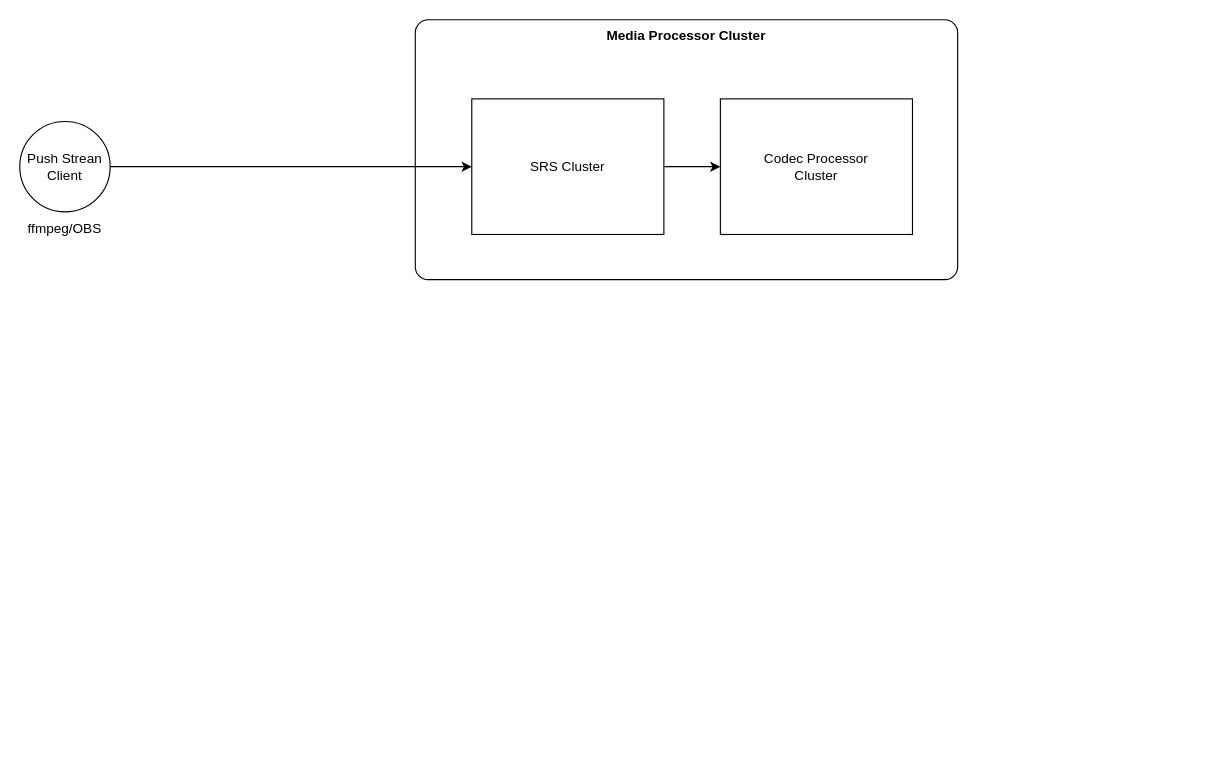
Earlier version of the draw.io diagram zhibo.drawio (gengjie/aws_architecture). Source tidied: cells renumbered, new cells numbered last; positions are measured from the earlier drawing's top-left corner, leaving out a move shared by most shapes. Both pictures are drawn from the tidied source at 113%, with x=0, y=0 at pixel (19, 19).
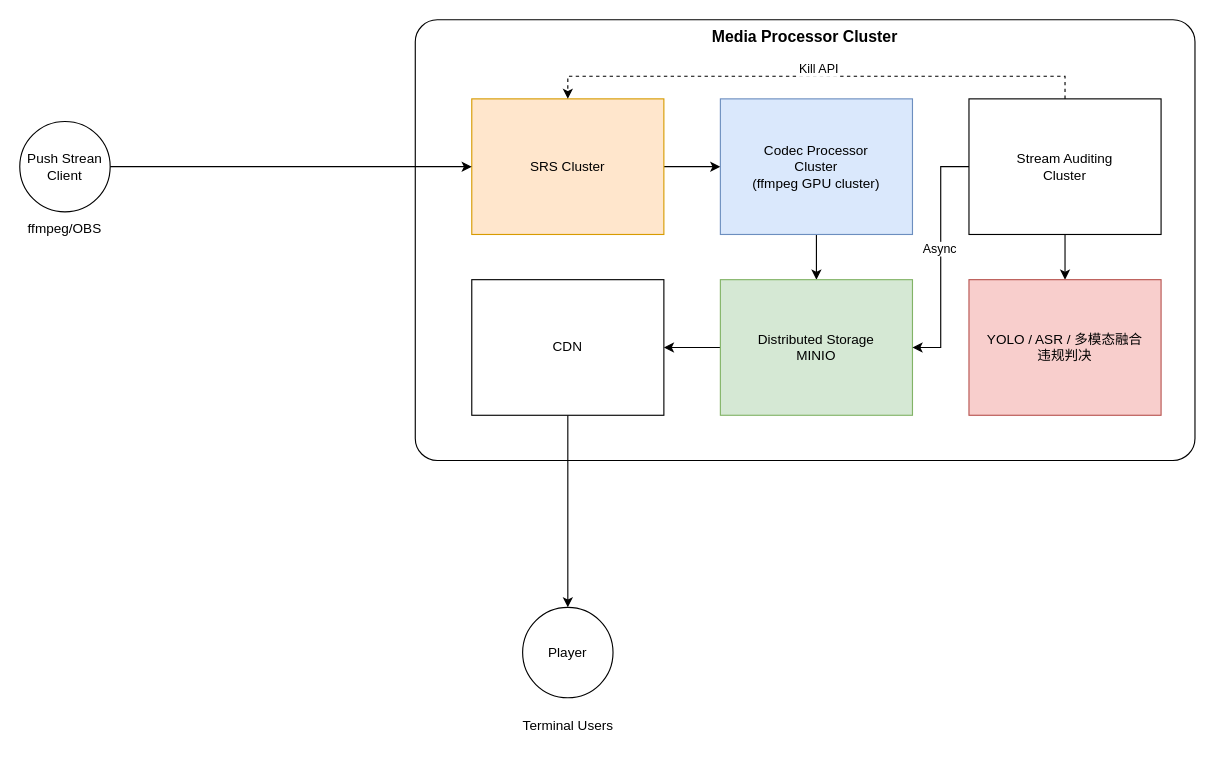
The same page after the edit.

Change to the diagram source:
```diff
@@
-    <mxCell id="2" value="Media Processor Cluster" style="rounded=1;whiteSpace=wrap;html=1;verticalAlign=top;arcSize=5;fontStyle=1;" parent="1" vertex="1">
-      <mxGeometry x="350" width="480" height="230" as="geometry" />
+    <mxCell id="2" value="Media Processor Cluster" style="rounded=1;whiteSpace=wrap;html=1;verticalAlign=top;arcSize=5;fontStyle=1;fontSize=14;" parent="1" vertex="1">
+      <mxGeometry x="350" width="690" height="390" as="geometry" />
     </mxCell>
@@
-    <mxCell id="4" value="SRS Cluster" style="rounded=0;whiteSpace=wrap;html=1;" parent="1" vertex="1">
+    <mxCell id="4" value="SRS Cluster" style="rounded=0;whiteSpace=wrap;html=1;fillColor=#ffe6cc;strokeColor=#d79b00;" parent="1" vertex="1">
       <mxGeometry x="400" y="70" width="170" height="120" as="geometry" />
     </mxCell>
+    <mxCell id="9" style="edgeStyle=orthogonalEdgeStyle;rounded=0;jettySize=auto;html=1;entryX=0.5;entryY=0;entryDx=0;entryDy=0;" parent="1" edge="1" source="5" target="11">
+      <mxGeometry relative="1" as="geometry" />
+    </mxCell>
-    <mxCell id="5" value="Codec Processor&lt;br&gt;Cluster" style="rounded=0;whiteSpace=wrap;html=1;" parent="1" vertex="1">
+    <mxCell id="5" value="Codec Processor&lt;br&gt;Cluster&lt;br&gt;(ffmpeg GPU cluster)" style="rounded=0;whiteSpace=wrap;html=1;fillColor=#dae8fc;strokeColor=#6c8ebf;" parent="1" vertex="1">
       <mxGeometry x="620" y="70" width="170" height="120" as="geometry" />
     </mxCell>
@@
+    <mxCell id="10" style="edgeStyle=orthogonalEdgeStyle;rounded=0;jettySize=auto;html=1;" parent="1" edge="1" source="11" target="13">
+      <mxGeometry relative="1" as="geometry" />
+    </mxCell>
+    <mxCell id="11" value="Distributed Storage&lt;br&gt;MINIO" style="rounded=0;whiteSpace=wrap;html=1;fillColor=#d5e8d4;strokeColor=#82b366;" parent="1" vertex="1">
+      <mxGeometry x="620" y="230" width="170" height="120" as="geometry" />
+    </mxCell>
+    <mxCell id="12" style="edgeStyle=orthogonalEdgeStyle;rounded=0;jettySize=auto;html=1;entryX=0.5;entryY=0;entryDx=0;entryDy=0;" parent="1" edge="1" source="13" target="20">
+      <mxGeometry relative="1" as="geometry" />
+    </mxCell>
+    <mxCell id="13" value="CDN" style="rounded=0;whiteSpace=wrap;html=1;" parent="1" vertex="1">
+      <mxGeometry x="400" y="230" width="170" height="120" as="geometry" />
+    </mxCell>
+    <mxCell id="14" style="edgeStyle=orthogonalEdgeStyle;rounded=0;jettySize=auto;html=1;entryX=1;entryY=0.5;entryDx=0;entryDy=0;" parent="1" edge="1" source="19" target="11">
+      <mxGeometry relative="1" as="geometry" />
+    </mxCell>
+    <mxCell id="15" value="Async" style="edgeLabel;html=1;align=center;verticalAlign=middle;" parent="14" vertex="1">
+      <mxGeometry x="-0.08" y="-2" relative="1" as="geometry" />
+    </mxCell>
+    <mxCell id="16" style="edgeStyle=orthogonalEdgeStyle;rounded=0;jettySize=auto;html=1;entryX=0.5;entryY=0;entryDx=0;entryDy=0;dashed=1;" parent="1" edge="1" source="19" target="4">
+      <mxGeometry relative="1" as="geometry">
+        <Array as="points">
+          <mxPoint x="925" y="50" />
+          <mxPoint x="485" y="50" />
+        </Array>
+      </mxGeometry>
+    </mxCell>
+    <mxCell id="17" value="Kill API" style="edgeLabel;html=1;align=center;verticalAlign=middle;" parent="16" vertex="1">
+      <mxGeometry x="-0.01" y="-7" relative="1" as="geometry">
+        <mxPoint x="-1" as="offset" />
+      </mxGeometry>
+    </mxCell>
+    <mxCell id="18" style="edgeStyle=orthogonalEdgeStyle;rounded=0;jettySize=auto;html=1;entryX=0.5;entryY=0;entryDx=0;entryDy=0;" parent="1" edge="1" source="19" target="22">
+      <mxGeometry relative="1" as="geometry" />
+    </mxCell>
+    <mxCell id="19" value="Stream Auditing&lt;br&gt;Cluster" style="rounded=0;whiteSpace=wrap;html=1;" parent="1" vertex="1">
+      <mxGeometry x="840" y="70" width="170" height="120" as="geometry" />
+    </mxCell>
+    <mxCell id="20" value="Player" style="ellipse;whiteSpace=wrap;html=1;" parent="1" vertex="1">
+      <mxGeometry x="445" y="520" width="80" height="80" as="geometry" />
+    </mxCell>
+    <mxCell id="21" value="Terminal Users" style="text;html=1;align=center;verticalAlign=middle;whiteSpace=wrap;rounded=0;" parent="1" vertex="1">
+      <mxGeometry x="442.5" y="610" width="85" height="30" as="geometry" />
+    </mxCell>
+    <mxCell id="22" value="YOLO / ASR / 多模态融合&lt;br&gt;违规判决" style="rounded=0;whiteSpace=wrap;html=1;fillColor=#f8cecc;strokeColor=#b85450;" parent="1" vertex="1">
+      <mxGeometry x="840" y="230" width="170" height="120" as="geometry" />
+    </mxCell>
```
